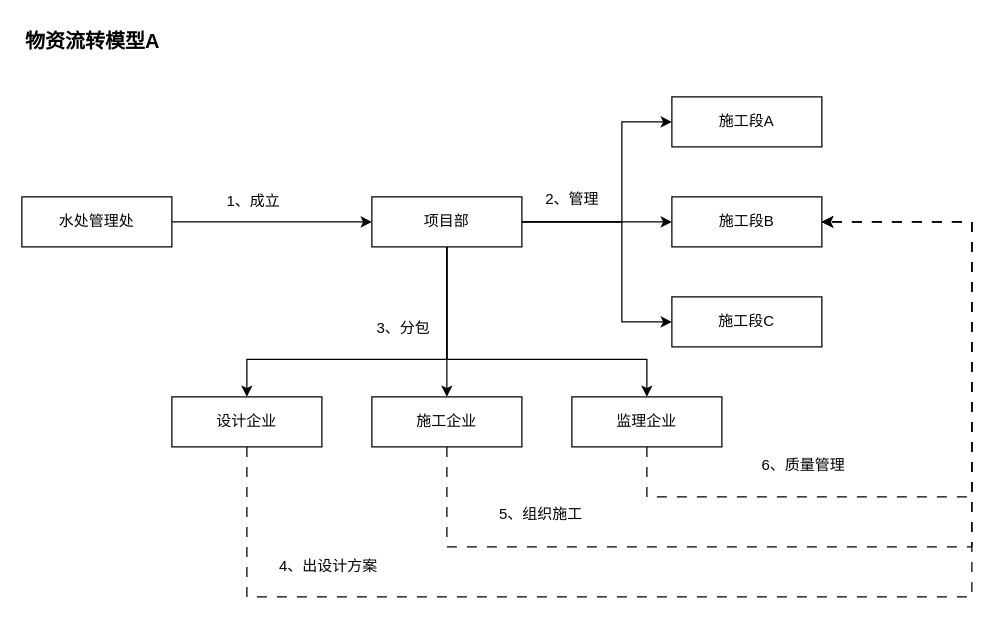
Before: page "0001" (1 of 2) of src/main/work/zhonghuan/20231109095819.drawio in ab-doc/draw.io, a draw.io diagram. Source tidied: cells renumbered, new cells numbered last; positions are measured from the earlier drawing's top-left corner, leaving out a move shared by most shapes. Both pictures are drawn from the tidied source at 125%, with x=0, y=0 at pixel (21, 21).
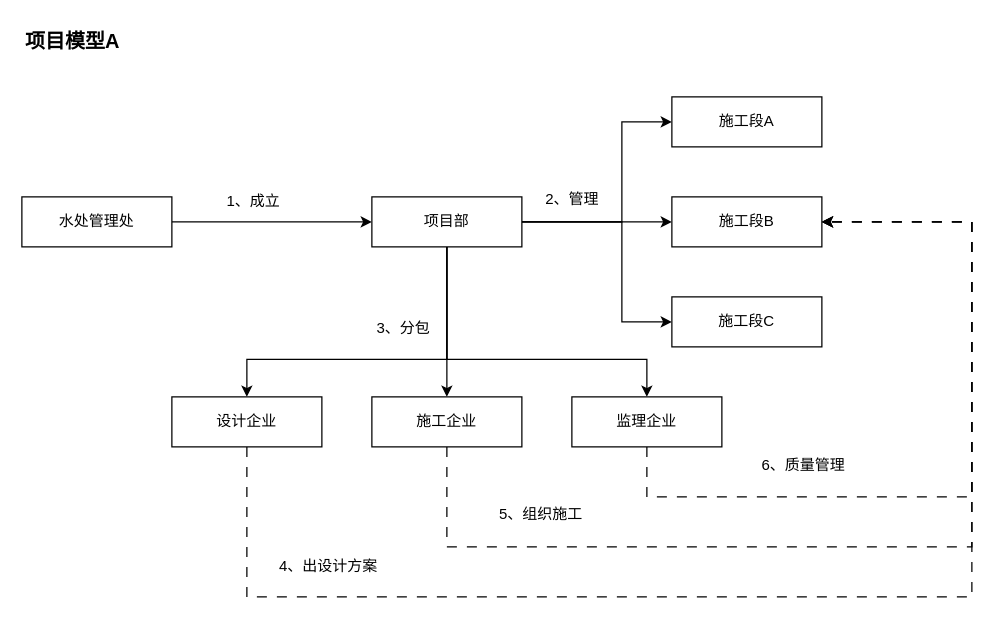
The same diagram, later.

Diff of the diagram source:
```diff
@@
-    <mxCell id="2" value="&lt;b style=&quot;font-size: 16px;&quot;&gt;物资流转模型A&lt;/b&gt;" style="text;html=1;align=left;verticalAlign=middle;strokeColor=none;fillColor=none;fontSize=16;rounded=0;labelBackgroundColor=none;" parent="1" vertex="1">
-      <mxGeometry x="0.5" width="130" height="30" as="geometry" />
+    <mxCell id="2" value="&lt;b style=&quot;font-size: 16px;&quot;&gt;项目模型A&lt;/b&gt;" style="text;html=1;align=left;verticalAlign=middle;strokeColor=none;fillColor=none;fontSize=16;rounded=0;labelBackgroundColor=none;" parent="1" vertex="1">
+      <mxGeometry x="0.5" width="100" height="30" as="geometry" />
     </mxCell>
```
